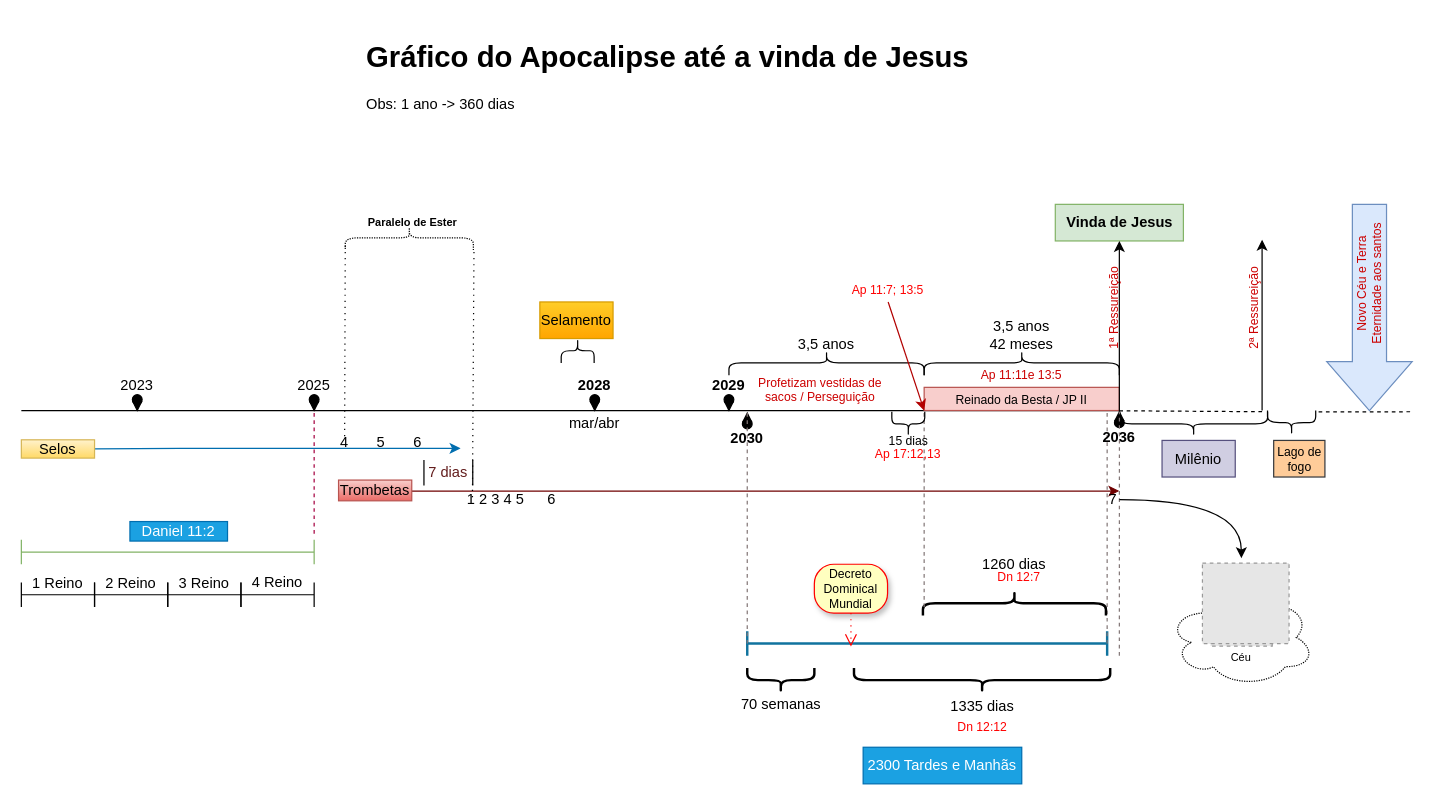
Above: LinhaProfeticaApocalipse-VersaoConvite.drawio in c4tom/estudos-biblicos (draw.io), before the change. Source tidied: cells renumbered, new cells numbered last; positions are measured from the earlier drawing's top-left corner, leaving out a move shared by most shapes. Both pictures are drawn from the tidied source at 122%, with x=0, y=0 at pixel (21, 33). Pictures stored in the file or linked from it are replaced by grey dashed boxes.
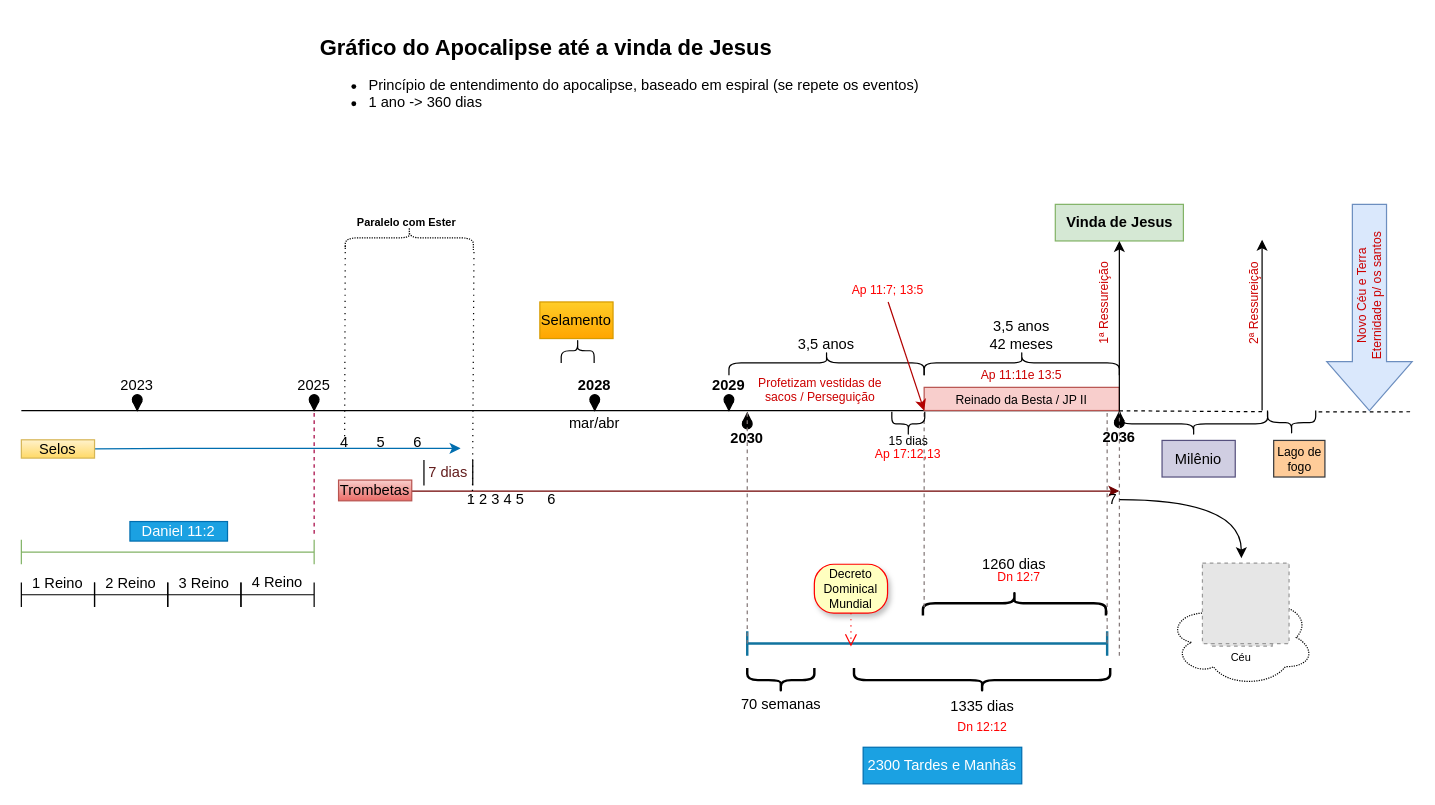
After the change.

The edit, as a diff of the source:
```diff
@@
-    <mxCell id="16" value="&lt;h1&gt;Gráfico do Apocalipse até a vinda de Jesus&lt;/h1&gt;&lt;p&gt;Obs: 1 ano -&amp;gt; 360 dias&lt;/p&gt;" style="text;html=1;strokeColor=none;fillColor=none;spacing=5;spacingTop=-20;whiteSpace=wrap;overflow=hidden;rounded=0;" parent="1" vertex="1">
-      <mxGeometry x="277.5" width="520" height="80" as="geometry" />
+    <mxCell id="16" value="&lt;h1 style=&quot;font-size: 18px;&quot;&gt;Gráfico do Apocalipse até a vinda de Jesus&lt;/h1&gt;&lt;p style=&quot;font-size: 10px;&quot;&gt;&lt;/p&gt;&lt;ul&gt;&lt;li&gt;Princípio de entendimento do apocalipse, baseado em espiral (se repete os eventos)&lt;/li&gt;&lt;li&gt;1 ano -&amp;gt; 360 dias&lt;/li&gt;&lt;/ul&gt;&lt;p&gt;&lt;/p&gt;" style="text;html=1;strokeColor=none;fillColor=none;spacing=5;spacingTop=-20;whiteSpace=wrap;overflow=hidden;rounded=0;" parent="1" vertex="1">
+      <mxGeometry x="240" width="572.5" height="130" as="geometry" />
     </mxCell>
@@
     <mxCell id="75" value="1ª Ressureição" style="text;html=1;strokeColor=none;fillColor=none;align=center;verticalAlign=middle;whiteSpace=wrap;rounded=0;shadow=0;glass=0;labelBackgroundColor=none;labelBorderColor=none;sketch=0;strokeWidth=1;fontSize=10;fontColor=#CC0000;rotation=-90;" parent="1" vertex="1">
-      <mxGeometry x="860" y="210" width="70" height="30" as="geometry" />
+      <mxGeometry x="848" y="206" width="78" height="30" as="geometry" />
     </mxCell>
     <mxCell id="76" value="2ª Ressureição" style="text;html=1;strokeColor=none;fillColor=none;align=center;verticalAlign=middle;whiteSpace=wrap;rounded=0;shadow=0;glass=0;labelBackgroundColor=none;labelBorderColor=none;sketch=0;strokeWidth=1;fontSize=10;fontColor=#CC0000;rotation=-90;" parent="1" vertex="1">
-      <mxGeometry x="975" y="210" width="70" height="30" as="geometry" />
+      <mxGeometry x="971.2" y="206.2" width="77.5" height="30" as="geometry" />
     </mxCell>
@@
-    <mxCell id="83" value="&lt;span style=&quot;&quot;&gt;Novo Céu e Terra&lt;br&gt;Eternidade aos santos&lt;br&gt;&lt;/span&gt;" style="text;html=1;strokeColor=none;fillColor=none;align=center;verticalAlign=middle;whiteSpace=wrap;rounded=0;shadow=0;glass=0;labelBackgroundColor=none;labelBorderColor=none;sketch=0;strokeWidth=1;fontSize=10;fontColor=#CC0000;rotation=-90;" parent="1" vertex="1">
-      <mxGeometry x="1050" y="190" width="110" height="30" as="geometry" />
+    <mxCell id="83" value="&lt;span style=&quot;&quot;&gt;Novo Céu e Terra&lt;br&gt;Eternidade p/ os santos&lt;br&gt;&lt;/span&gt;" style="text;html=1;strokeColor=none;fillColor=none;align=center;verticalAlign=middle;whiteSpace=wrap;rounded=0;shadow=0;glass=0;labelBackgroundColor=none;labelBorderColor=none;sketch=0;strokeWidth=1;fontSize=10;fontColor=#CC0000;rotation=-90;" parent="1" vertex="1">
+      <mxGeometry x="1040" y="200" width="130" height="30" as="geometry" />
     </mxCell>
@@
-    <mxCell id="92" value="Paralelo de Ester" style="text;html=1;strokeColor=none;fillColor=none;align=center;verticalAlign=middle;whiteSpace=wrap;rounded=0;shadow=0;glass=0;dashed=1;dashPattern=1 1;labelBackgroundColor=none;labelBorderColor=none;sketch=0;strokeWidth=1;fontSize=9;fontColor=#000000;fontStyle=1;" parent="1" vertex="1">
-      <mxGeometry x="282" y="150" width="78" height="10" as="geometry" />
+    <mxCell id="92" value="Paralelo com Ester" style="text;html=1;strokeColor=none;fillColor=none;align=center;verticalAlign=middle;whiteSpace=wrap;rounded=0;shadow=0;glass=0;dashed=1;dashPattern=1 1;labelBackgroundColor=none;labelBorderColor=none;sketch=0;strokeWidth=1;fontSize=9;fontColor=#000000;fontStyle=1;" parent="1" vertex="1">
+      <mxGeometry x="262" y="150" width="108" height="10" as="geometry" />
     </mxCell>
```
